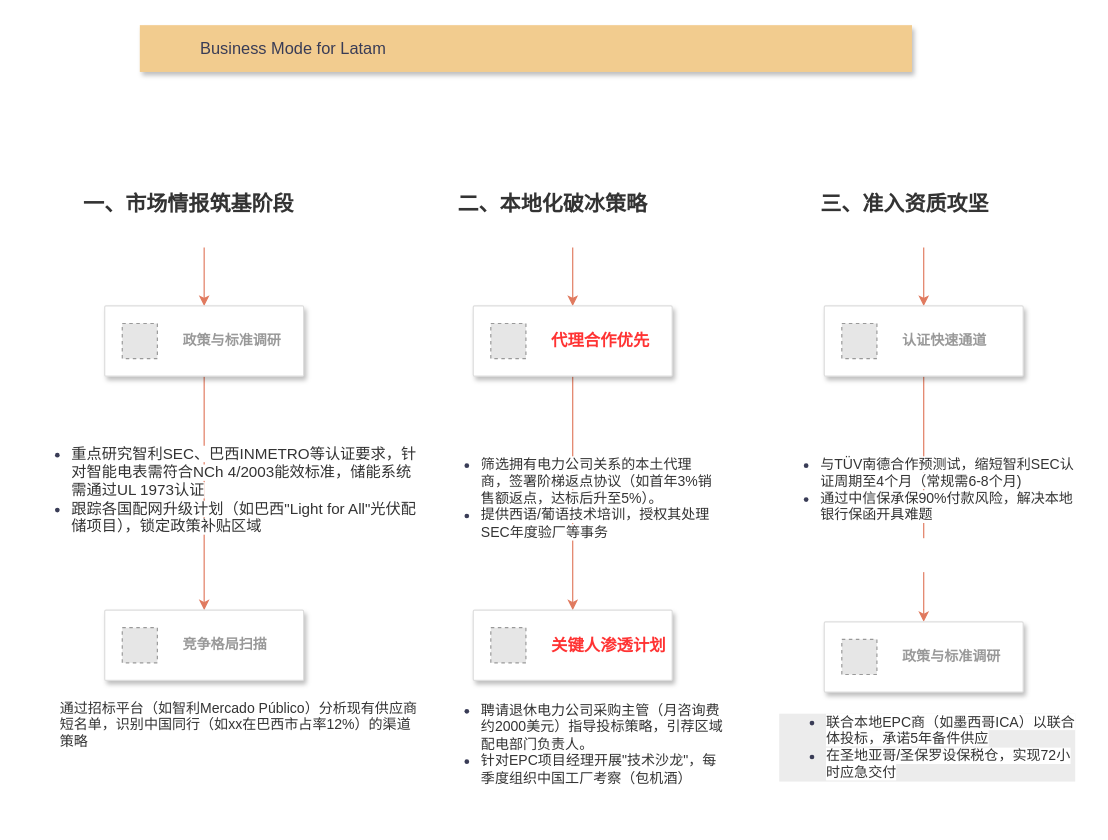
Before: business mode.drawio in q30china/draw, a draw.io diagram. Source tidied: cells renumbered, new cells numbered last; positions are measured from the earlier drawing's top-left corner, leaving out a move shared by most shapes. Both pictures are drawn from the tidied source at 117%, with x=0, y=0 at pixel (22, 25). Pictures stored in the file or linked from it are replaced by grey dashed boxes.
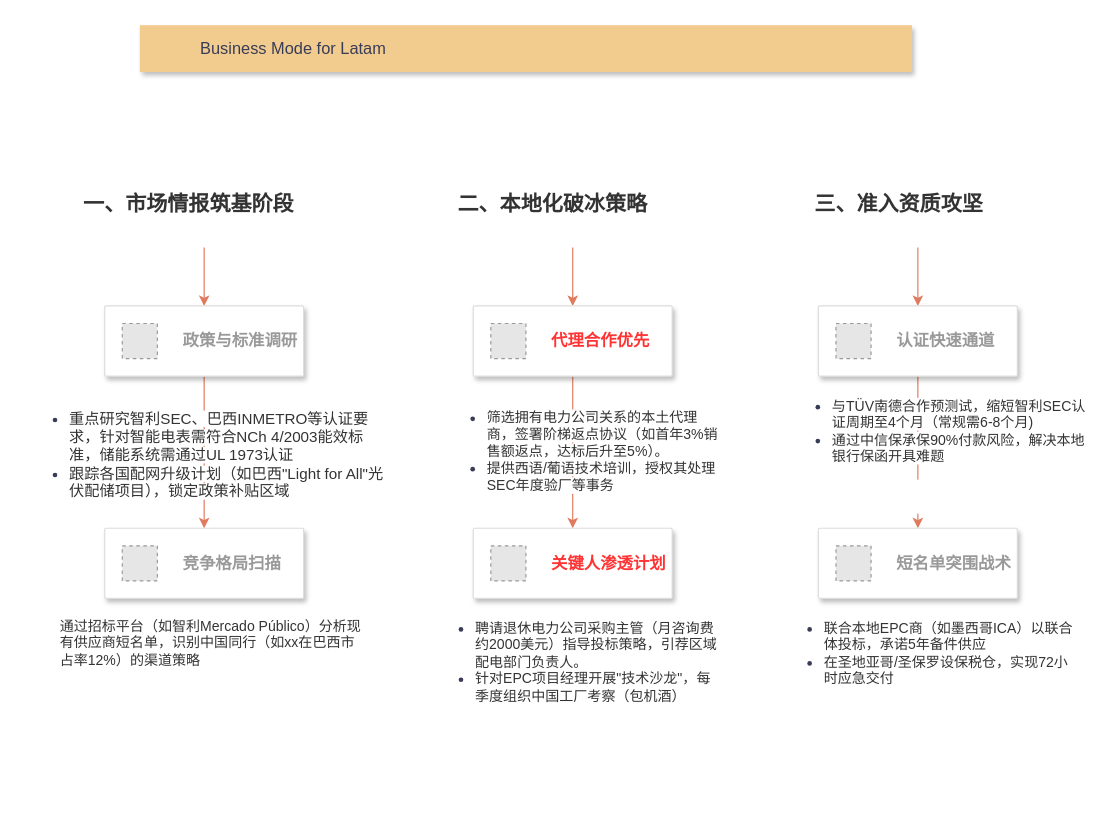
The same page after the edit.

The change refers to these unchanged cells:
```xml
<mxCell id="10" style="fillColor=#ffffff;strokeColor=#dddddd;shadow=1;strokeWidth=1;rounded=1;absoluteArcSize=1;arcSize=2;fontColor=#393C56;" parent="1" vertex="1">
  <mxGeometry x="70" y="240" width="170" height="60" as="geometry" />
</mxCell>
```

Change to the diagram source:
```diff
@@
     <mxCell id="8" value="&lt;h3 style=&quot;margin: 11px 0px 6px; padding: 0px; -webkit-font-smoothing: antialiased; scrollbar-color: rgba(184, 186, 193, 0.6) transparent; scrollbar-width: thin; line-height: 30px; font-size: 18px; -webkit-text-stroke: 0px; font-family: &amp;quot;PingFang SC&amp;quot;, Arial, sans-serif; font-weight: 600 !important; color: rgb(51, 51, 51); font-style: normal; font-variant-ligatures: normal; font-variant-caps: normal; letter-spacing: normal; orphans: 2; text-align: left; text-indent: 0px; text-transform: none; widows: 2; word-spacing: 0px; white-space: normal; background-color: rgb(255, 255, 255); text-decoration-thickness: initial; text-decoration-style: initial; text-decoration-color: initial;&quot;&gt;三、准入资质攻坚&lt;/h3&gt;" style="text;whiteSpace=wrap;html=1;fontColor=#393C56;" parent="1" vertex="1">
-      <mxGeometry x="680" y="120" width="180" height="70" as="geometry" />
+      <mxGeometry x="675" y="120" width="180" height="70" as="geometry" />
     </mxCell>
@@
-    <mxCell id="11" value="&lt;b&gt;政策与标准调研&lt;/b&gt;" style="fillColor=#E6E6E6;strokeColor=#999999;dashed=1;html=1;fontColor=#999999;verticalLabelPosition=middle;verticalAlign=middle;labelPosition=right;align=left;spacingLeft=20;" parent="10" vertex="1">
+    <mxCell id="11" value="&lt;b&gt;&lt;font style=&quot;font-size: 14px;&quot;&gt;政策与标准调研&lt;/font&gt;&lt;/b&gt;" style="fillColor=#E6E6E6;strokeColor=#999999;dashed=1;html=1;fontColor=#999999;verticalLabelPosition=middle;verticalAlign=middle;labelPosition=right;align=left;spacingLeft=20;" parent="10" vertex="1">
       <mxGeometry width="30" height="30" relative="1" as="geometry">
         <mxPoint x="15" y="15" as="offset" />
       </mxGeometry>
     </mxCell>
     <mxCell id="12" style="fillColor=#ffffff;strokeColor=#dddddd;shadow=1;strokeWidth=1;rounded=1;absoluteArcSize=1;arcSize=2;fontColor=#393C56;" parent="1" vertex="1">
-      <mxGeometry x="70" y="500" width="170" height="60" as="geometry" />
+      <mxGeometry x="70" y="430" width="170" height="60" as="geometry" />
     </mxCell>
-    <mxCell id="13" value="&lt;b&gt;竞争格局扫描&lt;/b&gt;" style="fillColor=#E6E6E6;strokeColor=#999999;dashed=1;html=1;fontColor=#999999;verticalLabelPosition=middle;verticalAlign=middle;labelPosition=right;align=left;spacingLeft=20;" parent="12" vertex="1">
+    <mxCell id="13" value="&lt;font style=&quot;font-size: 14px;&quot;&gt;&lt;b&gt;竞争格局扫描&lt;/b&gt;&lt;/font&gt;" style="fillColor=#E6E6E6;strokeColor=#999999;dashed=1;html=1;fontColor=#999999;verticalLabelPosition=middle;verticalAlign=middle;labelPosition=right;align=left;spacingLeft=20;" parent="12" vertex="1">
       <mxGeometry width="30" height="30" relative="1" as="geometry">
         <mxPoint x="15" y="15" as="offset" />
       </mxGeometry>
     </mxCell>
     <mxCell id="14" value="&lt;ul&gt;&lt;li&gt;&lt;span style=&quot;color: rgb(51, 51, 51); font-family: &amp;quot;PingFang SC&amp;quot;, Arial, sans-serif; font-style: normal; font-variant-ligatures: normal; font-variant-caps: normal; font-weight: 400; letter-spacing: normal; orphans: 2; text-align: left; text-indent: 0px; text-transform: none; widows: 2; word-spacing: 0px; -webkit-text-stroke-width: 0px; white-space: normal; background-color: rgb(255, 255, 255); text-decoration-thickness: initial; text-decoration-style: initial; text-decoration-color: initial; float: none; display: inline !important;&quot;&gt;&lt;font style=&quot;font-size: 13px;&quot;&gt;重点研究智利SEC、巴西INMETRO等认证要求，针对智能电表需符合NCh 4/2003能效标准，储能系统需通过UL 1973认证&lt;/font&gt;&lt;/span&gt;&lt;/li&gt;&lt;li&gt;&lt;span style=&quot;color: rgb(51, 51, 51); font-family: &amp;quot;PingFang SC&amp;quot;, Arial, sans-serif; font-style: normal; font-variant-ligatures: normal; font-variant-caps: normal; font-weight: 400; letter-spacing: normal; orphans: 2; text-align: left; text-indent: 0px; text-transform: none; widows: 2; word-spacing: 0px; -webkit-text-stroke-width: 0px; white-space: normal; background-color: rgb(255, 255, 255); text-decoration-thickness: initial; text-decoration-style: initial; text-decoration-color: initial; float: none; display: inline !important;&quot;&gt;&lt;font style=&quot;font-size: 13px;&quot;&gt;跟踪各国配网升级计划（如巴西&quot;Light for All&quot;光伏配储项目），锁定政策补贴区域&lt;/font&gt;&lt;/span&gt;&lt;/li&gt;&lt;/ul&gt;&lt;div&gt;&lt;span style=&quot;color: rgb(51, 51, 51); font-family: &amp;quot;PingFang SC&amp;quot;, Arial, sans-serif; font-style: normal; font-variant-ligatures: normal; font-variant-caps: normal; font-weight: 400; letter-spacing: normal; orphans: 2; text-align: left; text-indent: 0px; text-transform: none; widows: 2; word-spacing: 0px; -webkit-text-stroke-width: 0px; white-space: normal; background-color: rgb(255, 255, 255); text-decoration-thickness: initial; text-decoration-style: initial; text-decoration-color: initial; float: none; display: inline !important;&quot;&gt;&lt;font style=&quot;font-size: 13px;&quot;&gt;&lt;span style=&quot;margin: 0px; padding: 0px; -webkit-font-smoothing: antialiased; scrollbar-color: rgba(184, 186, 193, 0.6) transparent; scrollbar-width: thin;&quot;&gt;&lt;span style=&quot;margin: 0px; padding: 0px; -webkit-font-smoothing: antialiased; scrollbar-color: rgba(184, 186, 193, 0.6) transparent; scrollbar-width: thin;&quot;&gt;&lt;span style=&quot;margin: 0px 3px; padding: 0px; position: relative; display: inline-flex; line-height: 14px; -webkit-font-smoothing: antialiased; scrollbar-color: rgba(184, 186, 193, 0.6) transparent; scrollbar-width: thin; height: 12px; width: 14px;&quot; class=&quot;cos-tooltip cosd-citation&quot;&gt;&lt;/span&gt;&lt;/span&gt;&lt;/span&gt;&lt;/font&gt;&lt;/span&gt;&lt;/div&gt;&lt;div&gt;&lt;span style=&quot;color: rgb(51, 51, 51); font-family: &amp;quot;PingFang SC&amp;quot;, Arial, sans-serif; font-size: 16px; font-style: normal; font-variant-ligatures: normal; font-variant-caps: normal; font-weight: 400; letter-spacing: normal; orphans: 2; text-align: left; text-indent: 0px; text-transform: none; widows: 2; word-spacing: 0px; -webkit-text-stroke-width: 0px; white-space: normal; background-color: rgb(255, 255, 255); text-decoration-thickness: initial; text-decoration-style: initial; text-decoration-color: initial; float: none; display: inline !important;&quot;&gt;&lt;span style=&quot;margin: 0px; padding: 0px; -webkit-font-smoothing: antialiased; scrollbar-color: rgba(184, 186, 193, 0.6) transparent; scrollbar-width: thin;&quot;&gt;&lt;span style=&quot;margin: 0px; padding: 0px; -webkit-font-smoothing: antialiased; scrollbar-color: rgba(184, 186, 193, 0.6) transparent; scrollbar-width: thin;&quot;&gt;&lt;br&gt;&lt;/span&gt;&lt;/span&gt;&lt;/span&gt;&lt;/div&gt;" style="text;whiteSpace=wrap;html=1;fontColor=#393C56;" parent="1" vertex="1">
-      <mxGeometry y="340" width="340" height="60" as="geometry" />
+      <mxGeometry x="-2.5" y="310" width="315" height="60" as="geometry" />
     </mxCell>
     <mxCell id="15" value="&lt;span style=&quot;color: rgb(51, 51, 51); font-family: &amp;quot;PingFang SC&amp;quot;, Arial, sans-serif; font-style: normal; font-variant-ligatures: normal; font-variant-caps: normal; font-weight: 400; letter-spacing: normal; orphans: 2; text-align: left; text-indent: 0px; text-transform: none; widows: 2; word-spacing: 0px; -webkit-text-stroke-width: 0px; white-space: normal; background-color: rgb(255, 255, 255); text-decoration-thickness: initial; text-decoration-style: initial; text-decoration-color: initial; float: none; display: inline !important;&quot;&gt;&lt;font&gt;通过招标平台（如智利Mercado Público）分析现有供应商短名单，识别中国同行（如xx在巴西市占率12%）的渠道策略&lt;/font&gt;&lt;/span&gt;" style="text;whiteSpace=wrap;html=1;fontColor=#393C56;" parent="1" vertex="1">
-      <mxGeometry x="30" y="570" width="310" height="60" as="geometry" />
+      <mxGeometry x="30" y="500" width="260" height="60" as="geometry" />
     </mxCell>
@@
     <mxCell id="19" style="fillColor=#ffffff;strokeColor=#dddddd;shadow=1;strokeWidth=1;rounded=1;absoluteArcSize=1;arcSize=2;fontColor=#393C56;" parent="1" vertex="1">
-      <mxGeometry x="385" y="500" width="170" height="60" as="geometry" />
+      <mxGeometry x="385" y="430" width="170" height="60" as="geometry" />
     </mxCell>
@@
     <mxCell id="21" value="&lt;ul&gt;&lt;li&gt;&lt;span style=&quot;background-color: light-dark(rgb(255, 255, 255), rgb(18, 18, 18)); color: light-dark(rgb(51, 51, 51), rgb(193, 193, 193)); font-family: &amp;quot;PingFang SC&amp;quot;, Arial, sans-serif;&quot;&gt;筛选拥有电力公司关系的本土代理商，签署阶梯返点协议（如首年3%销售额返点，达标后升至5%）。&lt;/span&gt;&lt;/li&gt;&lt;li&gt;&lt;font style=&quot;background-color: light-dark(rgb(255, 255, 255), rgb(18, 18, 18)); color: light-dark(rgb(51, 51, 51), rgb(193, 193, 193)); font-family: &amp;quot;PingFang SC&amp;quot;, Arial, sans-serif;&quot;&gt;提供西语/葡语技术培训，授权其处理SEC年度验厂等事务&lt;/font&gt;&lt;/li&gt;&lt;/ul&gt;" style="text;whiteSpace=wrap;html=1;fontColor=#393C56;" parent="1" vertex="1">
-      <mxGeometry x="350" y="350" width="240" height="110" as="geometry" />
+      <mxGeometry x="355" y="310" width="240" height="110" as="geometry" />
     </mxCell>
     <mxCell id="22" value="&lt;ul&gt;&lt;li&gt;&lt;span style=&quot;background-color: light-dark(rgb(255, 255, 255), rgb(18, 18, 18)); color: light-dark(rgb(51, 51, 51), rgb(193, 193, 193)); font-family: &amp;quot;PingFang SC&amp;quot;, Arial, sans-serif;&quot;&gt;聘请退休电力公司采购主管（月咨询费约2000美元）指导投标策略，引荐区域配电部门负责人。&lt;/span&gt;&lt;/li&gt;&lt;li&gt;&lt;span style=&quot;background-color: light-dark(rgb(255, 255, 255), rgb(18, 18, 18)); color: light-dark(rgb(51, 51, 51), rgb(193, 193, 193)); font-family: &amp;quot;PingFang SC&amp;quot;, Arial, sans-serif;&quot;&gt;针对EPC项目经理开展&quot;技术沙龙&quot;，每季度组织中国工厂考察（包机酒）&lt;/span&gt;&lt;/li&gt;&lt;/ul&gt;" style="text;whiteSpace=wrap;html=1;fontColor=#393C56;" parent="1" vertex="1">
-      <mxGeometry x="350" y="560" width="250" height="120" as="geometry" />
+      <mxGeometry x="345" y="490" width="250" height="120" as="geometry" />
     </mxCell>
@@
     <mxCell id="24" style="fillColor=#ffffff;strokeColor=#dddddd;shadow=1;strokeWidth=1;rounded=1;absoluteArcSize=1;arcSize=2;fontColor=#393C56;" parent="1" vertex="1">
-      <mxGeometry x="685" y="240" width="170" height="60" as="geometry" />
+      <mxGeometry x="680" y="240" width="170" height="60" as="geometry" />
     </mxCell>
-    <mxCell id="25" value="&lt;b&gt;认证快速通道&lt;/b&gt;" style="fillColor=#E6E6E6;strokeColor=#999999;dashed=1;html=1;fontColor=#999999;verticalLabelPosition=middle;verticalAlign=middle;labelPosition=right;align=left;spacingLeft=20;" parent="24" vertex="1">
+    <mxCell id="25" value="&lt;font style=&quot;font-size: 14px;&quot;&gt;&lt;b&gt;认证快速通道&lt;/b&gt;&lt;/font&gt;" style="fillColor=#E6E6E6;strokeColor=#999999;dashed=1;html=1;fontColor=#999999;verticalLabelPosition=middle;verticalAlign=middle;labelPosition=right;align=left;spacingLeft=20;" parent="24" vertex="1">
       <mxGeometry width="30" height="30" relative="1" as="geometry">
         <mxPoint x="15" y="15" as="offset" />
       </mxGeometry>
     </mxCell>
     <mxCell id="26" style="fillColor=#ffffff;strokeColor=#dddddd;shadow=1;strokeWidth=1;rounded=1;absoluteArcSize=1;arcSize=2;fontColor=#393C56;" parent="1" vertex="1">
-      <mxGeometry x="685" y="510" width="170" height="60" as="geometry" />
+      <mxGeometry x="680" y="430" width="170" height="60" as="geometry" />
     </mxCell>
-    <mxCell id="27" value="&lt;b&gt;政策与标准调研&lt;/b&gt;" style="fillColor=#E6E6E6;strokeColor=#999999;dashed=1;html=1;fontColor=#999999;verticalLabelPosition=middle;verticalAlign=middle;labelPosition=right;align=left;spacingLeft=20;" parent="26" vertex="1">
+    <mxCell id="27" value="&lt;font style=&quot;font-size: 14px;&quot;&gt;&lt;b&gt;短名单突围战术&lt;/b&gt;&lt;/font&gt;" style="fillColor=#E6E6E6;strokeColor=#999999;dashed=1;html=1;fontColor=#999999;verticalLabelPosition=middle;verticalAlign=middle;labelPosition=right;align=left;spacingLeft=20;" parent="26" vertex="1">
       <mxGeometry width="30" height="30" relative="1" as="geometry">
         <mxPoint x="15" y="15" as="offset" />
       </mxGeometry>
     </mxCell>
     <mxCell id="28" value="&lt;div&gt;&lt;ul&gt;&lt;li&gt;&lt;span style=&quot;background-color: light-dark(rgb(255, 255, 255), rgb(18, 18, 18)); color: light-dark(rgb(51, 51, 51), rgb(193, 193, 193)); font-family: &amp;quot;PingFang SC&amp;quot;, Arial, sans-serif;&quot;&gt;与TÜV南德合作预测试，缩短智利SEC认证周期至4个月（常规需6-8个月)&lt;/span&gt;&lt;/li&gt;&lt;li&gt;&lt;span style=&quot;background-color: light-dark(rgb(255, 255, 255), rgb(18, 18, 18)); color: light-dark(rgb(51, 51, 51), rgb(193, 193, 193)); font-family: &amp;quot;PingFang SC&amp;quot;, Arial, sans-serif;&quot;&gt;通过中信保承保90%付款风险，解决本地银行保函开具难题&lt;/span&gt;&lt;/li&gt;&lt;/ul&gt;&lt;/div&gt;&lt;ol style=&quot;margin: 3px 0px 0px; padding: 0px; -webkit-font-smoothing: antialiased; scrollbar-color: rgba(184, 186, 193, 0.6) transparent; scrollbar-width: thin; counter-reset: listCounter 0; list-style: none; color: rgb(51, 51, 51); font-family: &amp;quot;PingFang SC&amp;quot;, Arial, sans-serif; font-style: normal; font-variant-ligatures: normal; font-variant-caps: normal; font-weight: 400; letter-spacing: normal; orphans: 2; text-align: left; text-indent: 0px; text-transform: none; widows: 2; word-spacing: 0px; -webkit-text-stroke-width: 0px; white-space: normal; background-color: rgb(255, 255, 255); text-decoration-thickness: initial; text-decoration-style: initial; text-decoration-color: initial;&quot;&gt;&lt;li style=&quot;margin: 6px 0px; padding: 0px 0px 0px 21px; -webkit-font-smoothing: antialiased; scrollbar-color: rgba(184, 186, 193, 0.6) transparent; scrollbar-width: thin; line-height: 28px; min-height: 28px; position: relative;&quot;&gt;&lt;p class=&quot;marklang-paragraph&quot; style=&quot;margin: 7px 0px; padding: 0px; -webkit-font-smoothing: antialiased; scrollbar-color: rgba(184, 186, 193, 0.6) transparent; scrollbar-width: thin; line-height: 29px; -webkit-text-stroke: 0px; color: rgb(51, 51, 51); font-family: &amp;quot;PingFang SC&amp;quot;, Arial, sans-serif; font-weight: 400;&quot;&gt;&lt;br&gt;&lt;/p&gt;&lt;/li&gt;&lt;/ol&gt;" style="text;whiteSpace=wrap;html=1;fontColor=#393C56;" parent="1" vertex="1">
-      <mxGeometry x="640" y="350" width="260" height="90" as="geometry" />
+      <mxGeometry x="650" y="300" width="260" height="90" as="geometry" />
     </mxCell>
-    <mxCell id="29" value="&lt;ul style=&quot;forced-color-adjust: none; color: rgb(57, 60, 86); font-family: Helvetica; font-size: 12px; font-style: normal; font-variant-ligatures: normal; font-variant-caps: normal; font-weight: 400; letter-spacing: normal; orphans: 2; text-align: left; text-indent: 0px; text-transform: none; widows: 2; word-spacing: 0px; -webkit-text-stroke-width: 0px; white-space: normal; background-color: rgb(236, 236, 236); text-decoration-thickness: initial; text-decoration-style: initial; text-decoration-color: initial;&quot;&gt;&lt;li style=&quot;forced-color-adjust: none;&quot;&gt;&lt;span style=&quot;forced-color-adjust: none; background-color: light-dark(rgb(255, 255, 255), rgb(18, 18, 18)); color: light-dark(rgb(51, 51, 51), rgb(193, 193, 193)); font-family: &amp;quot;PingFang SC&amp;quot;, Arial, sans-serif;&quot;&gt;联合本地EPC商（如墨西哥ICA）以联合体投标，承诺5年备件供应&lt;/span&gt;&lt;/li&gt;&lt;li style=&quot;forced-color-adjust: none;&quot;&gt;&lt;span style=&quot;forced-color-adjust: none; background-color: light-dark(rgb(255, 255, 255), rgb(18, 18, 18)); color: light-dark(rgb(51, 51, 51), rgb(193, 193, 193));&quot;&gt;在圣地亚哥/圣保罗设保税仓，实现72小时应急交付&lt;/span&gt;&lt;/li&gt;&lt;/ul&gt;" style="text;whiteSpace=wrap;html=1;fontColor=#393C56;" parent="1" vertex="1">
-      <mxGeometry x="645" y="570" width="255" height="100" as="geometry" />
+    <mxCell id="29" value="&lt;ul style=&quot;forced-color-adjust: none; color: rgb(57, 60, 86); font-family: Helvetica; font-size: 12px; font-style: normal; font-variant-ligatures: normal; font-variant-caps: normal; font-weight: 400; letter-spacing: normal; orphans: 2; text-align: left; text-indent: 0px; text-transform: none; widows: 2; word-spacing: 0px; -webkit-text-stroke-width: 0px; white-space: normal; text-decoration-thickness: initial; text-decoration-style: initial; text-decoration-color: initial;&quot;&gt;&lt;li style=&quot;forced-color-adjust: none;&quot;&gt;&lt;span style=&quot;forced-color-adjust: none; color: light-dark(rgb(51, 51, 51), rgb(193, 193, 193)); font-family: &amp;quot;PingFang SC&amp;quot;, Arial, sans-serif;&quot;&gt;联合本地EPC商（如墨西哥ICA）以联合体投标，承诺5年备件供应&lt;/span&gt;&lt;/li&gt;&lt;li style=&quot;forced-color-adjust: none;&quot;&gt;&lt;span style=&quot;forced-color-adjust: none; color: light-dark(rgb(51, 51, 51), rgb(193, 193, 193));&quot;&gt;在圣地亚哥/圣保罗设保税仓，实现72小时应急交付&lt;/span&gt;&lt;/li&gt;&lt;/ul&gt;" style="text;whiteSpace=wrap;html=1;fontColor=#393C56;" parent="1" vertex="1">
+      <mxGeometry x="642.5" y="490" width="255" height="100" as="geometry" />
     </mxCell>
```
